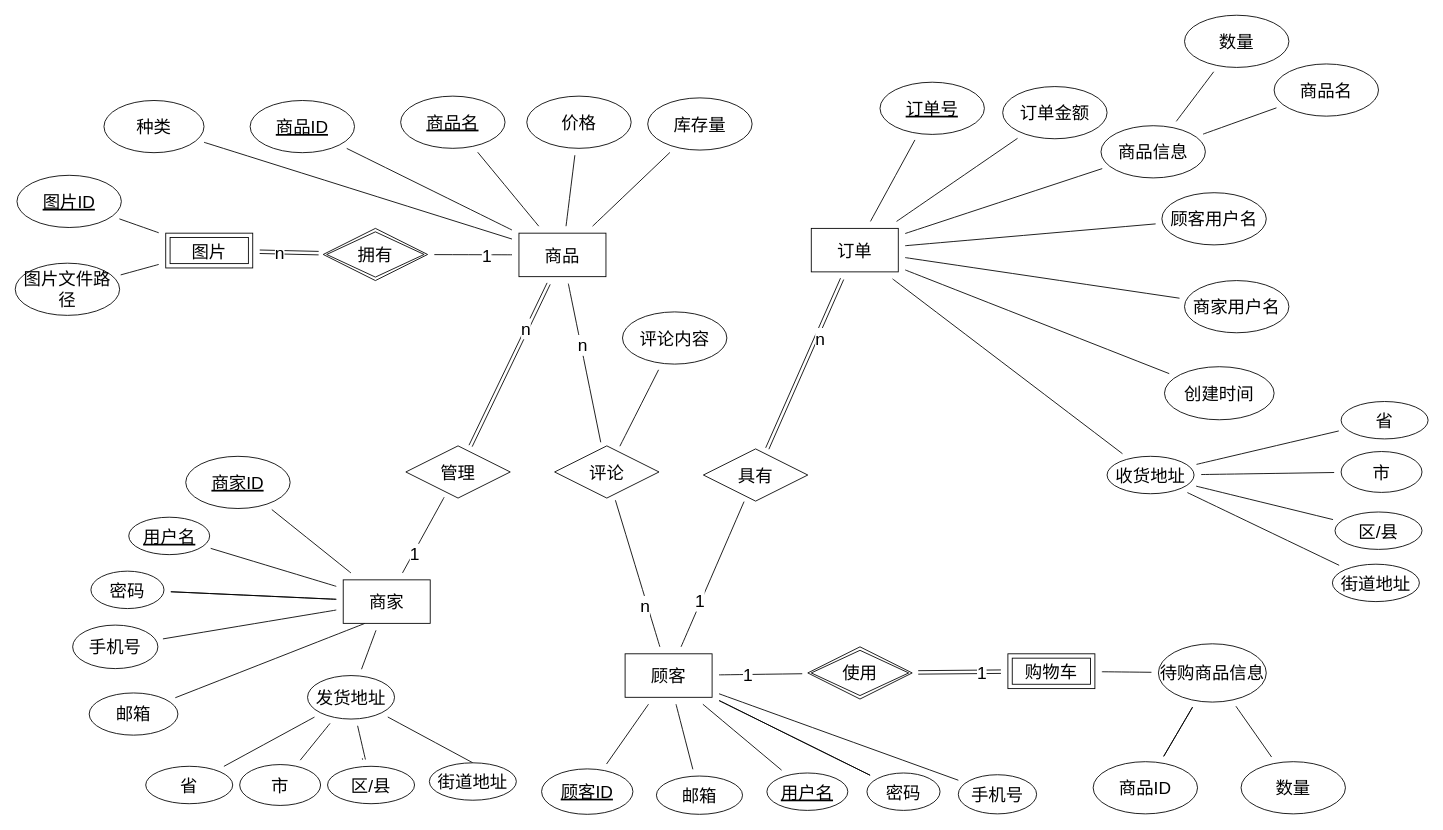
This is database-ER.drawio from guokaichina/database-ER, a draw.io file, before an edit. Source tidied: cells renumbered, new cells numbered last; positions are measured from the earlier drawing's top-left corner, leaving out a move shared by most shapes. Both pictures are drawn from the tidied source at 87%, with x=0, y=0 at pixel (15, 15).
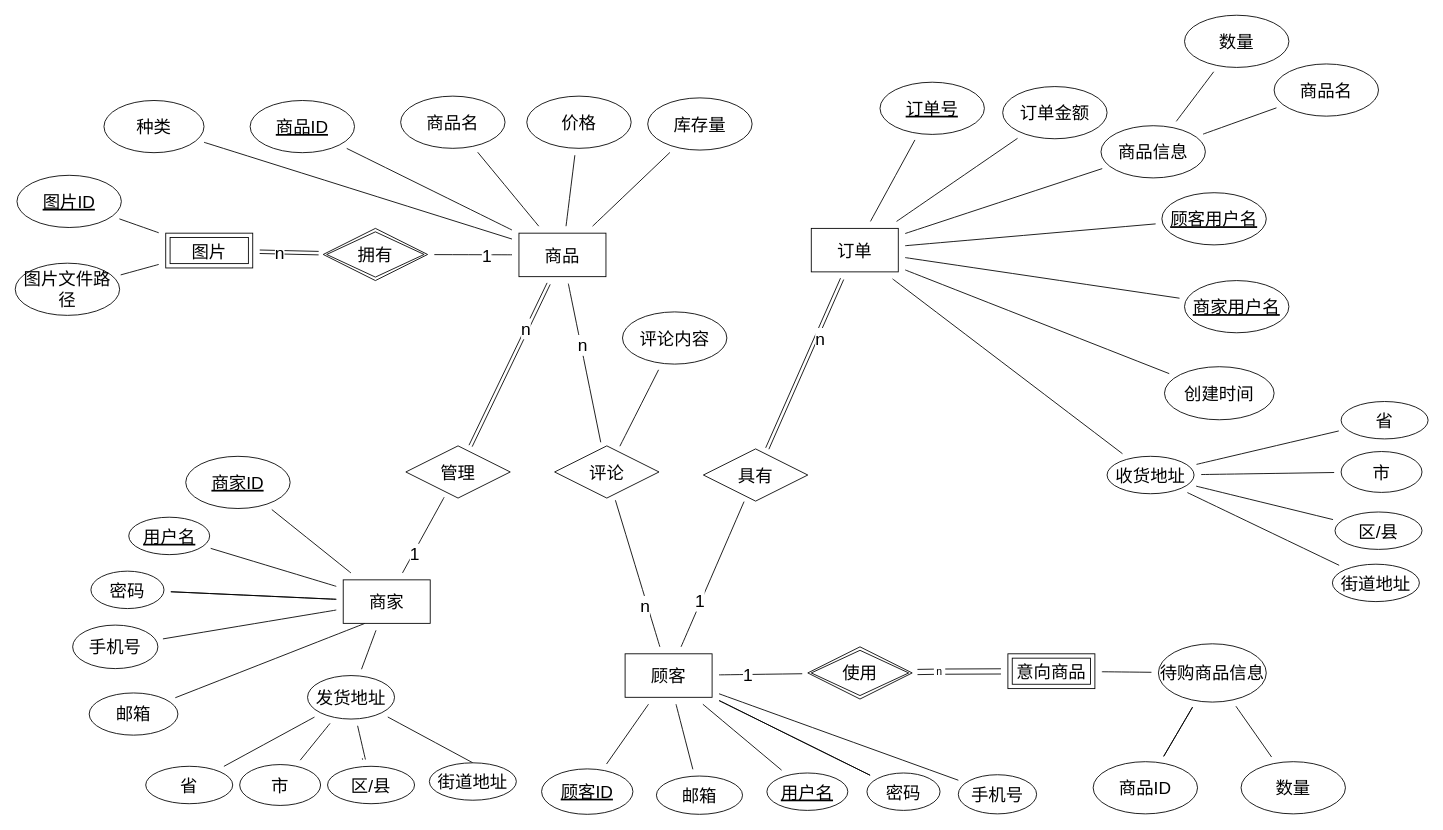
The same diagram, later.

Unchanged cells that the change refers to:
```xml
<mxCell id="104" value="使用" style="shape=rhombus;double=1;perimeter=rhombusPerimeter;whiteSpace=wrap;html=1;align=center;fontSize=20;" parent="1" vertex="1">
  <mxGeometry x="911" y="726" width="120" height="60" as="geometry" />
</mxCell>
```

Change to the diagram source:
```diff
@@
-    <mxCell id="44" value="商品名" style="ellipse;whiteSpace=wrap;html=1;fontSize=20;fontStyle=4;" parent="1" vertex="1">
+    <mxCell id="44" value="商品名" style="ellipse;whiteSpace=wrap;html=1;fontSize=20;fontStyle=0;" parent="1" vertex="1">
       <mxGeometry x="443" y="93" width="120" height="60" as="geometry" />
     </mxCell>
@@
-    <mxCell id="49" value="购物车" style="shape=ext;margin=3;double=1;whiteSpace=wrap;html=1;align=center;fontSize=20;fillColor=#FFFFFF;" parent="1" vertex="1">
+    <mxCell id="49" value="意向商品" style="shape=ext;margin=3;double=1;whiteSpace=wrap;html=1;align=center;fontSize=20;fillColor=#FFFFFF;" parent="1" vertex="1">
       <mxGeometry x="1141" y="734" width="100" height="40" as="geometry" />
     </mxCell>
-    <mxCell id="50" style="edgeStyle=none;curved=1;rounded=0;jettySize=auto;html=1;fontSize=20;endArrow=none;endFill=0;sourcePerimeterSpacing=8;targetPerimeterSpacing=8;shape=link;" parent="1" edge="1" source="104" target="49">
+    <mxCell id="50" style="edgeStyle=none;curved=1;rounded=0;jettySize=auto;html=1;fontSize=20;endArrow=none;endFill=0;targetPerimeterSpacing=8;shape=link;width=-6;startArrow=none;" parent="1" edge="1" source="115" target="49">
       <mxGeometry relative="1" as="geometry" />
     </mxCell>
-    <mxCell id="51" value="1" style="edgeLabel;html=1;align=center;verticalAlign=middle;fontSize=20;" parent="50" vertex="1">
-      <mxGeometry x="0.53" relative="1" as="geometry" />
-    </mxCell>
@@
-    <mxCell id="83" value="顾客用户名" style="ellipse;whiteSpace=wrap;html=1;fontSize=20;fillColor=#FFFFFF;" parent="1" vertex="1">
+    <mxCell id="83" value="顾客用户名" style="ellipse;whiteSpace=wrap;html=1;fontSize=20;fillColor=#FFFFFF;fontStyle=4;" parent="1" vertex="1">
       <mxGeometry x="1318" y="204" width="120" height="60" as="geometry" />
     </mxCell>
-    <mxCell id="84" value="商家用户名" style="ellipse;whiteSpace=wrap;html=1;fontSize=20;fillColor=#FFFFFF;" parent="1" vertex="1">
+    <mxCell id="84" value="商家用户名" style="ellipse;whiteSpace=wrap;html=1;fontSize=20;fillColor=#FFFFFF;fontStyle=4;" parent="1" vertex="1">
       <mxGeometry x="1344" y="305" width="120" height="60" as="geometry" />
     </mxCell>
@@
+    <mxCell id="115" value="n" style="text;strokeColor=none;fillColor=none;html=1;align=center;verticalAlign=middle;whiteSpace=wrap;rounded=0;" parent="1" vertex="1">
+      <mxGeometry x="1056" y="739" width="13" height="31" as="geometry" />
+    </mxCell>
+    <mxCell id="116" style="edgeStyle=none;curved=1;rounded=0;jettySize=auto;html=1;fontSize=20;endArrow=none;endFill=0;sourcePerimeterSpacing=8;shape=link;width=-6;" parent="1" edge="1" source="104" target="115">
+      <mxGeometry relative="1" as="geometry" />
+    </mxCell>
```
